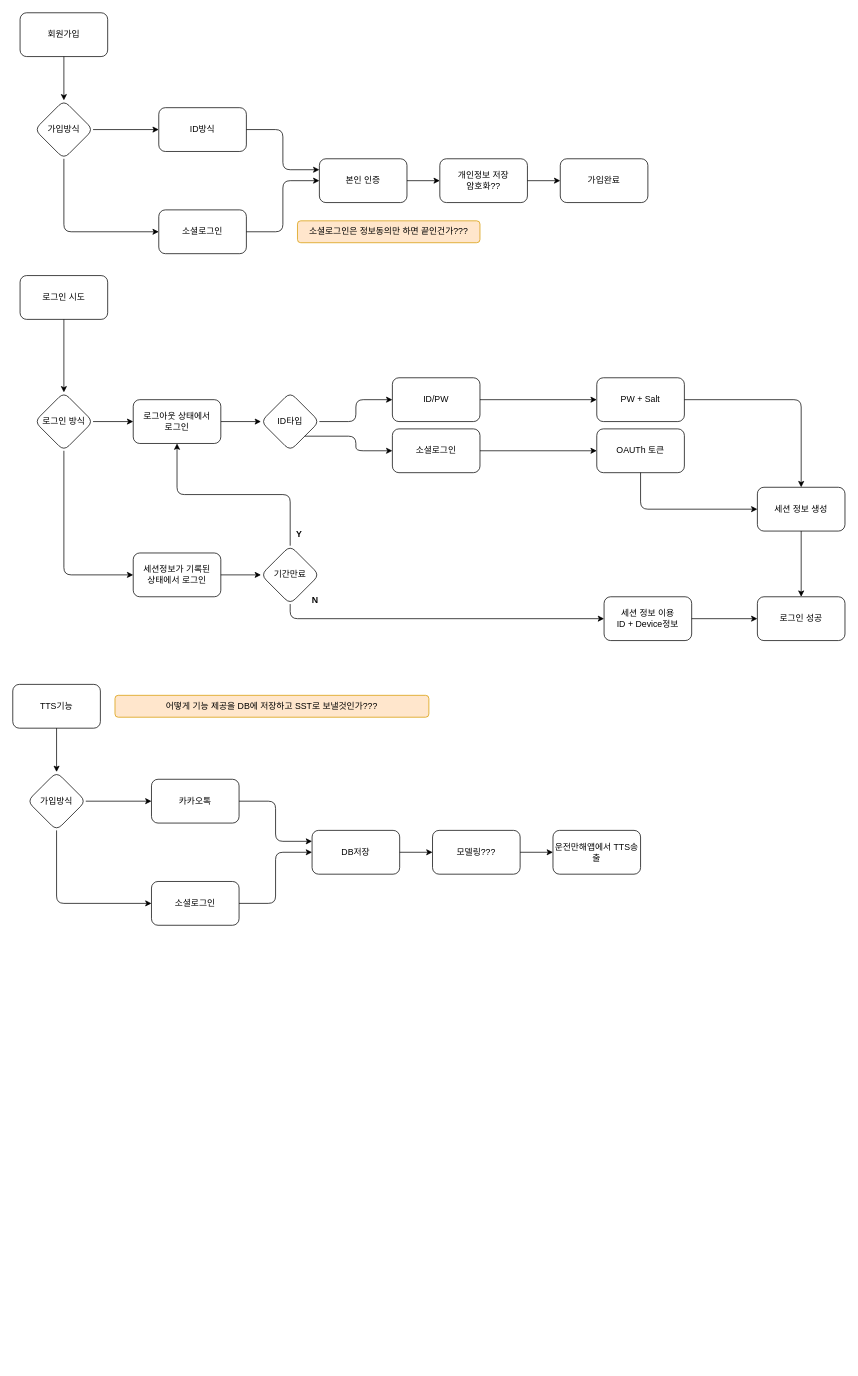
This is Vuides.drawio from hayarobyjy/JY_Code, a draw.io file, before an edit. Source tidied: cells renumbered, new cells numbered last; positions are measured from the earlier drawing's top-left corner, leaving out a move shared by most shapes. Both pictures are drawn from the tidied source at 73%, with x=0, y=0 at pixel (12, 12).
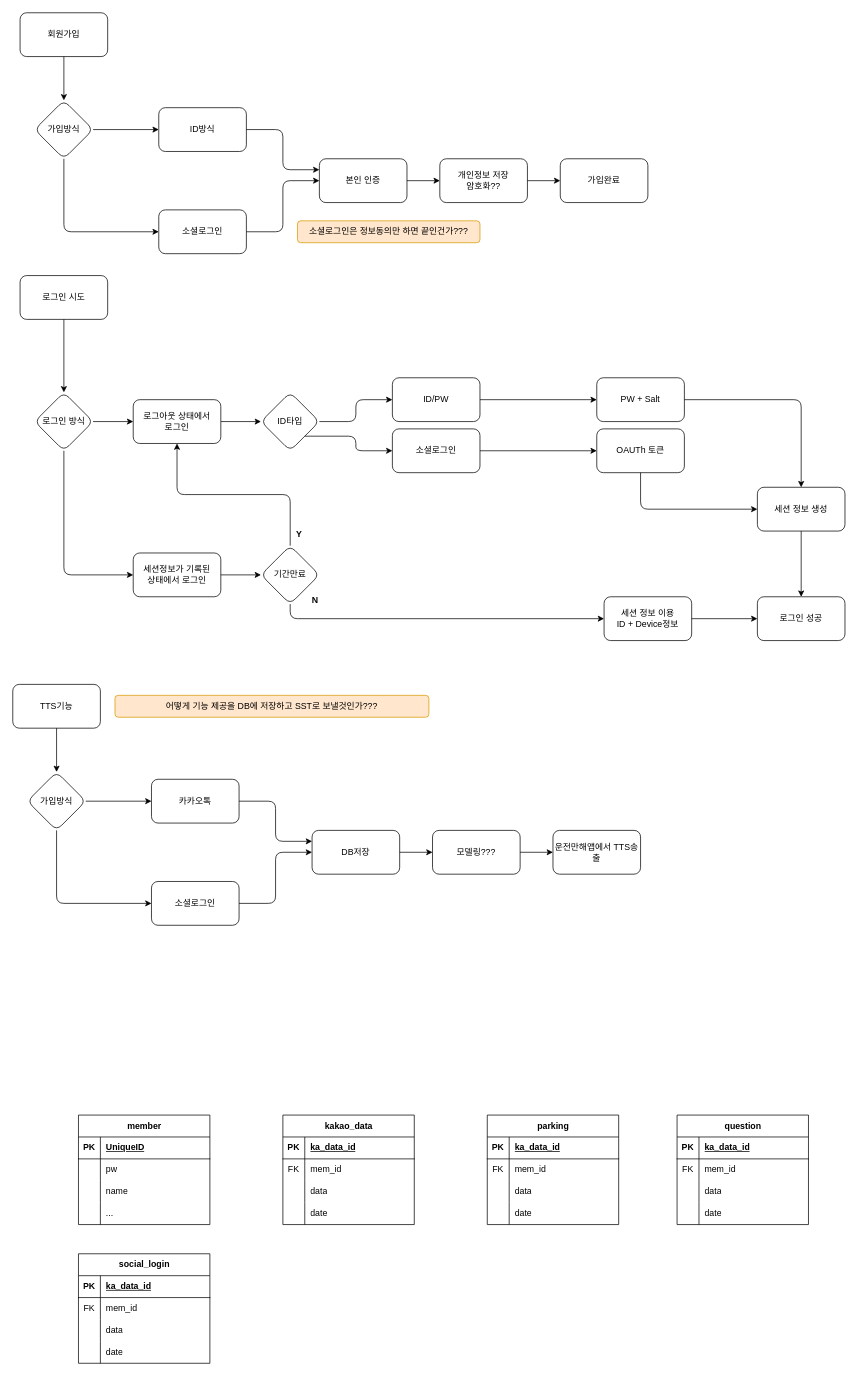
After the change.

Diff of the diagram source:
```diff
@@
+    <mxCell id="66" value="member" style="shape=table;startSize=30;childLayout=tableLayout;rowLines=0;fontStyle=1;align=center;html=1;" parent="1" vertex="1">
+      <mxGeometry x="90" y="1510" width="180" height="150" as="geometry" />
+    </mxCell>
+    <mxCell id="67" style="shape=tableRow;horizontal=0;startSize=0;swimlaneHead=0;swimlaneBody=0;fillColor=none;top=0;left=0;right=0;bottom=1;" parent="66" vertex="1">
+      <mxGeometry y="30" width="180" height="30" as="geometry" />
+    </mxCell>
+    <mxCell id="68" value="PK" style="shape=partialRectangle;fillColor=none;top=0;left=0;bottom=0;right=0;fontStyle=1;overflow=hidden;whiteSpace=wrap;html=1;" parent="67" vertex="1">
+      <mxGeometry width="30" height="30" as="geometry" />
+    </mxCell>
+    <mxCell id="69" value="UniqueID" style="shape=partialRectangle;fillColor=none;top=0;left=0;bottom=0;right=0;align=left;spacingLeft=6;fontStyle=5;overflow=hidden;whiteSpace=wrap;html=1;" parent="67" vertex="1">
+      <mxGeometry x="30" width="150" height="30" as="geometry" />
+    </mxCell>
+    <mxCell id="70" style="shape=tableRow;horizontal=0;startSize=0;swimlaneHead=0;swimlaneBody=0;fillColor=none;top=0;left=0;right=0;bottom=0;" parent="66" vertex="1">
+      <mxGeometry y="60" width="180" height="30" as="geometry" />
+    </mxCell>
+    <mxCell id="71" style="shape=partialRectangle;fillColor=none;top=0;left=0;bottom=0;right=0;overflow=hidden;whiteSpace=wrap;html=1;" parent="70" vertex="1">
+      <mxGeometry width="30" height="30" as="geometry" />
+    </mxCell>
+    <mxCell id="72" value="pw&lt;span style=&quot;white-space: pre;&quot;&gt;&#9;&lt;/span&gt;" style="shape=partialRectangle;fillColor=none;top=0;left=0;bottom=0;right=0;align=left;spacingLeft=6;overflow=hidden;whiteSpace=wrap;html=1;" parent="70" vertex="1">
+      <mxGeometry x="30" width="150" height="30" as="geometry" />
+    </mxCell>
+    <mxCell id="73" style="shape=tableRow;horizontal=0;startSize=0;swimlaneHead=0;swimlaneBody=0;fillColor=none;top=0;left=0;right=0;bottom=0;" parent="66" vertex="1">
+      <mxGeometry y="90" width="180" height="30" as="geometry" />
+    </mxCell>
+    <mxCell id="74" style="shape=partialRectangle;fillColor=none;top=0;left=0;bottom=0;right=0;overflow=hidden;whiteSpace=wrap;html=1;" parent="73" vertex="1">
+      <mxGeometry width="30" height="30" as="geometry" />
+    </mxCell>
+    <mxCell id="75" value="name" style="shape=partialRectangle;fillColor=none;top=0;left=0;bottom=0;right=0;align=left;spacingLeft=6;overflow=hidden;whiteSpace=wrap;html=1;" parent="73" vertex="1">
+      <mxGeometry x="30" width="150" height="30" as="geometry" />
+    </mxCell>
+    <mxCell id="76" style="shape=tableRow;horizontal=0;startSize=0;swimlaneHead=0;swimlaneBody=0;fillColor=none;top=0;left=0;right=0;bottom=0;" parent="66" vertex="1">
+      <mxGeometry y="120" width="180" height="30" as="geometry" />
+    </mxCell>
+    <mxCell id="77" style="shape=partialRectangle;fillColor=none;top=0;left=0;bottom=0;right=0;overflow=hidden;whiteSpace=wrap;html=1;" parent="76" vertex="1">
+      <mxGeometry width="30" height="30" as="geometry" />
+    </mxCell>
+    <mxCell id="78" value="..." style="shape=partialRectangle;fillColor=none;top=0;left=0;bottom=0;right=0;align=left;spacingLeft=6;overflow=hidden;whiteSpace=wrap;html=1;" parent="76" vertex="1">
+      <mxGeometry x="30" width="150" height="30" as="geometry" />
+    </mxCell>
+    <mxCell id="79" value="kakao_data" style="shape=table;startSize=30;childLayout=tableLayout;rowLines=0;fontStyle=1;align=center;html=1;" parent="1" vertex="1">
+      <mxGeometry x="370" y="1510" width="180" height="150" as="geometry" />
+    </mxCell>
+    <mxCell id="80" style="shape=tableRow;horizontal=0;startSize=0;swimlaneHead=0;swimlaneBody=0;fillColor=none;top=0;left=0;right=0;bottom=1;" parent="79" vertex="1">
+      <mxGeometry y="30" width="180" height="30" as="geometry" />
+    </mxCell>
+    <mxCell id="81" value="PK" style="shape=partialRectangle;fillColor=none;top=0;left=0;bottom=0;right=0;fontStyle=1;overflow=hidden;whiteSpace=wrap;html=1;" parent="80" vertex="1">
+      <mxGeometry width="30" height="30" as="geometry" />
+    </mxCell>
+    <mxCell id="82" value="ka_data_id" style="shape=partialRectangle;fillColor=none;top=0;left=0;bottom=0;right=0;align=left;spacingLeft=6;fontStyle=5;overflow=hidden;whiteSpace=wrap;html=1;" parent="80" vertex="1">
+      <mxGeometry x="30" width="150" height="30" as="geometry" />
+    </mxCell>
+    <mxCell id="83" style="shape=tableRow;horizontal=0;startSize=0;swimlaneHead=0;swimlaneBody=0;fillColor=none;top=0;left=0;right=0;bottom=0;" parent="79" vertex="1">
+      <mxGeometry y="60" width="180" height="30" as="geometry" />
+    </mxCell>
+    <mxCell id="84" value="FK" style="shape=partialRectangle;fillColor=none;top=0;left=0;bottom=0;right=0;overflow=hidden;whiteSpace=wrap;html=1;" parent="83" vertex="1">
+      <mxGeometry width="30" height="30" as="geometry" />
+    </mxCell>
+    <mxCell id="85" value="mem_id" style="shape=partialRectangle;fillColor=none;top=0;left=0;bottom=0;right=0;align=left;spacingLeft=6;overflow=hidden;whiteSpace=wrap;html=1;" parent="83" vertex="1">
+      <mxGeometry x="30" width="150" height="30" as="geometry" />
+    </mxCell>
+    <mxCell id="86" style="shape=tableRow;horizontal=0;startSize=0;swimlaneHead=0;swimlaneBody=0;fillColor=none;top=0;left=0;right=0;bottom=0;" parent="79" vertex="1">
+      <mxGeometry y="90" width="180" height="30" as="geometry" />
+    </mxCell>
+    <mxCell id="87" style="shape=partialRectangle;fillColor=none;top=0;left=0;bottom=0;right=0;overflow=hidden;whiteSpace=wrap;html=1;" parent="86" vertex="1">
+      <mxGeometry width="30" height="30" as="geometry" />
+    </mxCell>
+    <mxCell id="88" value="data" style="shape=partialRectangle;fillColor=none;top=0;left=0;bottom=0;right=0;align=left;spacingLeft=6;overflow=hidden;whiteSpace=wrap;html=1;" parent="86" vertex="1">
+      <mxGeometry x="30" width="150" height="30" as="geometry" />
+    </mxCell>
+    <mxCell id="89" style="shape=tableRow;horizontal=0;startSize=0;swimlaneHead=0;swimlaneBody=0;fillColor=none;top=0;left=0;right=0;bottom=0;" parent="79" vertex="1">
+      <mxGeometry y="120" width="180" height="30" as="geometry" />
+    </mxCell>
+    <mxCell id="90" style="shape=partialRectangle;fillColor=none;top=0;left=0;bottom=0;right=0;overflow=hidden;whiteSpace=wrap;html=1;" parent="89" vertex="1">
+      <mxGeometry width="30" height="30" as="geometry" />
+    </mxCell>
+    <mxCell id="91" value="date" style="shape=partialRectangle;fillColor=none;top=0;left=0;bottom=0;right=0;align=left;spacingLeft=6;overflow=hidden;whiteSpace=wrap;html=1;" parent="89" vertex="1">
+      <mxGeometry x="30" width="150" height="30" as="geometry" />
+    </mxCell>
+    <mxCell id="92" value="parking" style="shape=table;startSize=30;childLayout=tableLayout;rowLines=0;fontStyle=1;align=center;html=1;" parent="1" vertex="1">
+      <mxGeometry x="650" y="1510" width="180" height="150" as="geometry" />
+    </mxCell>
+    <mxCell id="93" style="shape=tableRow;horizontal=0;startSize=0;swimlaneHead=0;swimlaneBody=0;fillColor=none;top=0;left=0;right=0;bottom=1;" parent="92" vertex="1">
+      <mxGeometry y="30" width="180" height="30" as="geometry" />
+    </mxCell>
+    <mxCell id="94" value="PK" style="shape=partialRectangle;fillColor=none;top=0;left=0;bottom=0;right=0;fontStyle=1;overflow=hidden;whiteSpace=wrap;html=1;" parent="93" vertex="1">
+      <mxGeometry width="30" height="30" as="geometry" />
+    </mxCell>
+    <mxCell id="95" value="ka_data_id" style="shape=partialRectangle;fillColor=none;top=0;left=0;bottom=0;right=0;align=left;spacingLeft=6;fontStyle=5;overflow=hidden;whiteSpace=wrap;html=1;" parent="93" vertex="1">
+      <mxGeometry x="30" width="150" height="30" as="geometry" />
+    </mxCell>
+    <mxCell id="96" style="shape=tableRow;horizontal=0;startSize=0;swimlaneHead=0;swimlaneBody=0;fillColor=none;top=0;left=0;right=0;bottom=0;" parent="92" vertex="1">
+      <mxGeometry y="60" width="180" height="30" as="geometry" />
+    </mxCell>
+    <mxCell id="97" value="FK" style="shape=partialRectangle;fillColor=none;top=0;left=0;bottom=0;right=0;overflow=hidden;whiteSpace=wrap;html=1;" parent="96" vertex="1">
+      <mxGeometry width="30" height="30" as="geometry" />
+    </mxCell>
+    <mxCell id="98" value="mem_id" style="shape=partialRectangle;fillColor=none;top=0;left=0;bottom=0;right=0;align=left;spacingLeft=6;overflow=hidden;whiteSpace=wrap;html=1;" parent="96" vertex="1">
+      <mxGeometry x="30" width="150" height="30" as="geometry" />
+    </mxCell>
+    <mxCell id="99" style="shape=tableRow;horizontal=0;startSize=0;swimlaneHead=0;swimlaneBody=0;fillColor=none;top=0;left=0;right=0;bottom=0;" parent="92" vertex="1">
+      <mxGeometry y="90" width="180" height="30" as="geometry" />
+    </mxCell>
+    <mxCell id="100" style="shape=partialRectangle;fillColor=none;top=0;left=0;bottom=0;right=0;overflow=hidden;whiteSpace=wrap;html=1;" parent="99" vertex="1">
+      <mxGeometry width="30" height="30" as="geometry" />
+    </mxCell>
+    <mxCell id="101" value="data" style="shape=partialRectangle;fillColor=none;top=0;left=0;bottom=0;right=0;align=left;spacingLeft=6;overflow=hidden;whiteSpace=wrap;html=1;" parent="99" vertex="1">
+      <mxGeometry x="30" width="150" height="30" as="geometry" />
+    </mxCell>
+    <mxCell id="102" style="shape=tableRow;horizontal=0;startSize=0;swimlaneHead=0;swimlaneBody=0;fillColor=none;top=0;left=0;right=0;bottom=0;" parent="92" vertex="1">
+      <mxGeometry y="120" width="180" height="30" as="geometry" />
+    </mxCell>
+    <mxCell id="103" style="shape=partialRectangle;fillColor=none;top=0;left=0;bottom=0;right=0;overflow=hidden;whiteSpace=wrap;html=1;" parent="102" vertex="1">
+      <mxGeometry width="30" height="30" as="geometry" />
+    </mxCell>
+    <mxCell id="104" value="date" style="shape=partialRectangle;fillColor=none;top=0;left=0;bottom=0;right=0;align=left;spacingLeft=6;overflow=hidden;whiteSpace=wrap;html=1;" parent="102" vertex="1">
+      <mxGeometry x="30" width="150" height="30" as="geometry" />
+    </mxCell>
+    <mxCell id="105" value="question" style="shape=table;startSize=30;childLayout=tableLayout;rowLines=0;fontStyle=1;align=center;html=1;" parent="1" vertex="1">
+      <mxGeometry x="910" y="1510" width="180" height="150" as="geometry" />
+    </mxCell>
+    <mxCell id="106" style="shape=tableRow;horizontal=0;startSize=0;swimlaneHead=0;swimlaneBody=0;fillColor=none;top=0;left=0;right=0;bottom=1;" parent="105" vertex="1">
+      <mxGeometry y="30" width="180" height="30" as="geometry" />
+    </mxCell>
+    <mxCell id="107" value="PK" style="shape=partialRectangle;fillColor=none;top=0;left=0;bottom=0;right=0;fontStyle=1;overflow=hidden;whiteSpace=wrap;html=1;" parent="106" vertex="1">
+      <mxGeometry width="30" height="30" as="geometry" />
+    </mxCell>
+    <mxCell id="108" value="ka_data_id" style="shape=partialRectangle;fillColor=none;top=0;left=0;bottom=0;right=0;align=left;spacingLeft=6;fontStyle=5;overflow=hidden;whiteSpace=wrap;html=1;" parent="106" vertex="1">
+      <mxGeometry x="30" width="150" height="30" as="geometry" />
+    </mxCell>
+    <mxCell id="109" style="shape=tableRow;horizontal=0;startSize=0;swimlaneHead=0;swimlaneBody=0;fillColor=none;top=0;left=0;right=0;bottom=0;" parent="105" vertex="1">
+      <mxGeometry y="60" width="180" height="30" as="geometry" />
+    </mxCell>
+    <mxCell id="110" value="FK" style="shape=partialRectangle;fillColor=none;top=0;left=0;bottom=0;right=0;overflow=hidden;whiteSpace=wrap;html=1;" parent="109" vertex="1">
+      <mxGeometry width="30" height="30" as="geometry" />
+    </mxCell>
+    <mxCell id="111" value="mem_id" style="shape=partialRectangle;fillColor=none;top=0;left=0;bottom=0;right=0;align=left;spacingLeft=6;overflow=hidden;whiteSpace=wrap;html=1;" parent="109" vertex="1">
+      <mxGeometry x="30" width="150" height="30" as="geometry" />
+    </mxCell>
+    <mxCell id="112" style="shape=tableRow;horizontal=0;startSize=0;swimlaneHead=0;swimlaneBody=0;fillColor=none;top=0;left=0;right=0;bottom=0;" parent="105" vertex="1">
+      <mxGeometry y="90" width="180" height="30" as="geometry" />
+    </mxCell>
+    <mxCell id="113" style="shape=partialRectangle;fillColor=none;top=0;left=0;bottom=0;right=0;overflow=hidden;whiteSpace=wrap;html=1;" parent="112" vertex="1">
+      <mxGeometry width="30" height="30" as="geometry" />
+    </mxCell>
+    <mxCell id="114" value="data" style="shape=partialRectangle;fillColor=none;top=0;left=0;bottom=0;right=0;align=left;spacingLeft=6;overflow=hidden;whiteSpace=wrap;html=1;" parent="112" vertex="1">
+      <mxGeometry x="30" width="150" height="30" as="geometry" />
+    </mxCell>
+    <mxCell id="115" style="shape=tableRow;horizontal=0;startSize=0;swimlaneHead=0;swimlaneBody=0;fillColor=none;top=0;left=0;right=0;bottom=0;" parent="105" vertex="1">
+      <mxGeometry y="120" width="180" height="30" as="geometry" />
+    </mxCell>
+    <mxCell id="116" style="shape=partialRectangle;fillColor=none;top=0;left=0;bottom=0;right=0;overflow=hidden;whiteSpace=wrap;html=1;" parent="115" vertex="1">
+      <mxGeometry width="30" height="30" as="geometry" />
+    </mxCell>
+    <mxCell id="117" value="date" style="shape=partialRectangle;fillColor=none;top=0;left=0;bottom=0;right=0;align=left;spacingLeft=6;overflow=hidden;whiteSpace=wrap;html=1;" parent="115" vertex="1">
+      <mxGeometry x="30" width="150" height="30" as="geometry" />
+    </mxCell>
+    <mxCell id="118" value="social_login" style="shape=table;startSize=30;childLayout=tableLayout;rowLines=0;fontStyle=1;align=center;html=1;" parent="1" vertex="1">
+      <mxGeometry x="90" y="1700" width="180" height="150" as="geometry" />
+    </mxCell>
+    <mxCell id="119" style="shape=tableRow;horizontal=0;startSize=0;swimlaneHead=0;swimlaneBody=0;fillColor=none;top=0;left=0;right=0;bottom=1;" parent="118" vertex="1">
+      <mxGeometry y="30" width="180" height="30" as="geometry" />
+    </mxCell>
+    <mxCell id="120" value="PK" style="shape=partialRectangle;fillColor=none;top=0;left=0;bottom=0;right=0;fontStyle=1;overflow=hidden;whiteSpace=wrap;html=1;" parent="119" vertex="1">
+      <mxGeometry width="30" height="30" as="geometry" />
+    </mxCell>
+    <mxCell id="121" value="ka_data_id" style="shape=partialRectangle;fillColor=none;top=0;left=0;bottom=0;right=0;align=left;spacingLeft=6;fontStyle=5;overflow=hidden;whiteSpace=wrap;html=1;" parent="119" vertex="1">
+      <mxGeometry x="30" width="150" height="30" as="geometry" />
+    </mxCell>
+    <mxCell id="122" style="shape=tableRow;horizontal=0;startSize=0;swimlaneHead=0;swimlaneBody=0;fillColor=none;top=0;left=0;right=0;bottom=0;" parent="118" vertex="1">
+      <mxGeometry y="60" width="180" height="30" as="geometry" />
+    </mxCell>
+    <mxCell id="123" value="FK" style="shape=partialRectangle;fillColor=none;top=0;left=0;bottom=0;right=0;overflow=hidden;whiteSpace=wrap;html=1;" parent="122" vertex="1">
+      <mxGeometry width="30" height="30" as="geometry" />
+    </mxCell>
+    <mxCell id="124" value="mem_id" style="shape=partialRectangle;fillColor=none;top=0;left=0;bottom=0;right=0;align=left;spacingLeft=6;overflow=hidden;whiteSpace=wrap;html=1;" parent="122" vertex="1">
+      <mxGeometry x="30" width="150" height="30" as="geometry" />
+    </mxCell>
+    <mxCell id="125" style="shape=tableRow;horizontal=0;startSize=0;swimlaneHead=0;swimlaneBody=0;fillColor=none;top=0;left=0;right=0;bottom=0;" parent="118" vertex="1">
+      <mxGeometry y="90" width="180" height="30" as="geometry" />
+    </mxCell>
+    <mxCell id="126" style="shape=partialRectangle;fillColor=none;top=0;left=0;bottom=0;right=0;overflow=hidden;whiteSpace=wrap;html=1;" parent="125" vertex="1">
+      <mxGeometry width="30" height="30" as="geometry" />
+    </mxCell>
+    <mxCell id="127" value="data" style="shape=partialRectangle;fillColor=none;top=0;left=0;bottom=0;right=0;align=left;spacingLeft=6;overflow=hidden;whiteSpace=wrap;html=1;" parent="125" vertex="1">
+      <mxGeometry x="30" width="150" height="30" as="geometry" />
+    </mxCell>
+    <mxCell id="128" style="shape=tableRow;horizontal=0;startSize=0;swimlaneHead=0;swimlaneBody=0;fillColor=none;top=0;left=0;right=0;bottom=0;" parent="118" vertex="1">
+      <mxGeometry y="120" width="180" height="30" as="geometry" />
+    </mxCell>
+    <mxCell id="129" style="shape=partialRectangle;fillColor=none;top=0;left=0;bottom=0;right=0;overflow=hidden;whiteSpace=wrap;html=1;" parent="128" vertex="1">
+      <mxGeometry width="30" height="30" as="geometry" />
+    </mxCell>
+    <mxCell id="130" value="date" style="shape=partialRectangle;fillColor=none;top=0;left=0;bottom=0;right=0;align=left;spacingLeft=6;overflow=hidden;whiteSpace=wrap;html=1;" parent="128" vertex="1">
+      <mxGeometry x="30" width="150" height="30" as="geometry" />
+    </mxCell>
```
